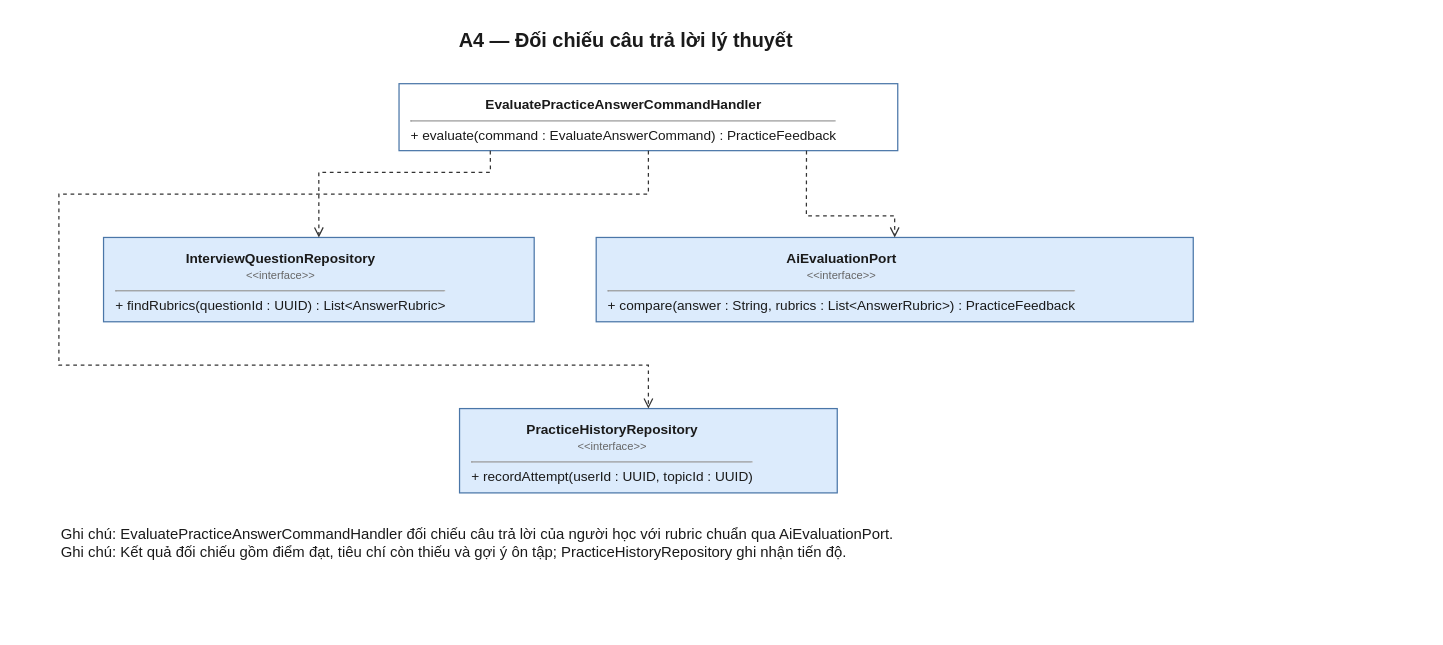
The draw.io diagram 08-diagram/class/system/class_a4_interview_feedback.drawio in daiphu1801/PRJ_ALGOPREP, before the edit. Source tidied: cells renumbered, new cells numbered last; positions are measured from the earlier drawing's top-left corner, leaving out a move shared by most shapes. Both pictures are drawn from the tidied source at 124%, with x=0, y=0 at pixel (21, 21).
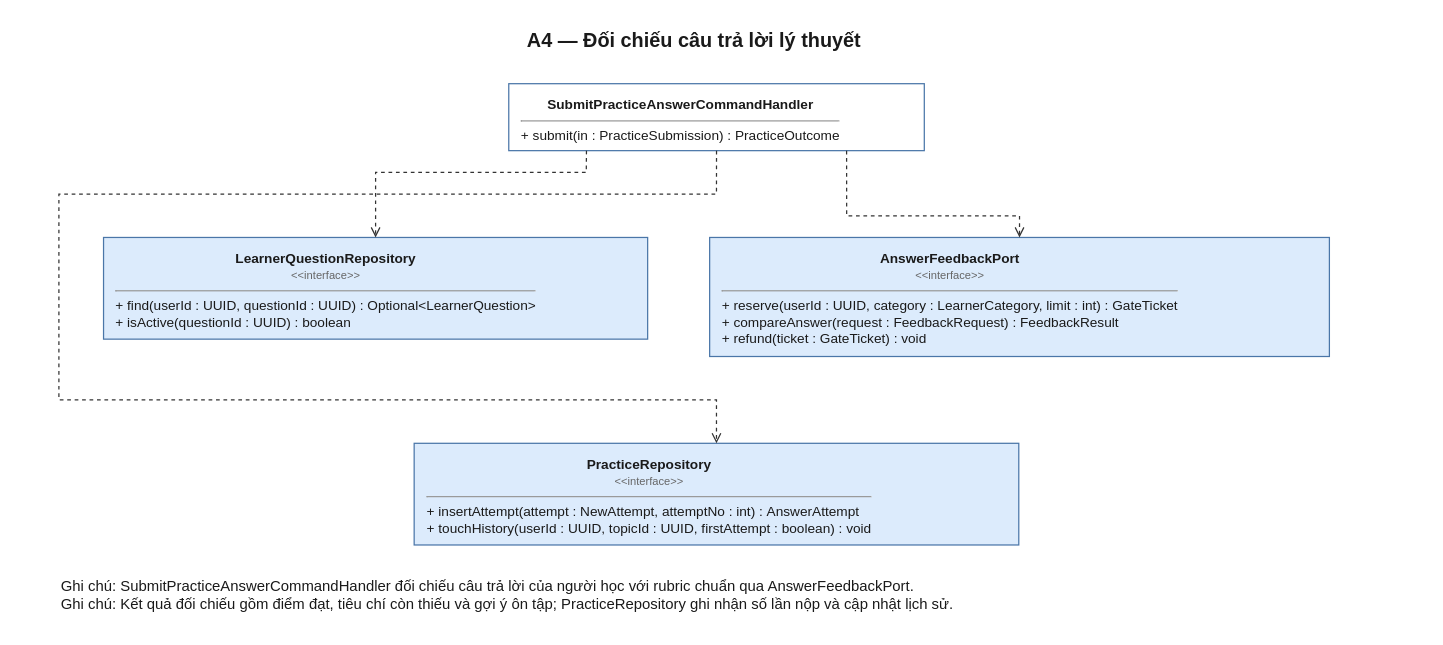
The same page after the edit.

The edit, as a diff of the source:
```diff
@@
 <mxGraphModel>
   <root>
     <mxCell id="0" />
     <mxCell id="1" parent="0" />
-    <mxCell id="2" value="&lt;div style=&quot;text-align:center&quot;&gt;&lt;b&gt;EvaluatePracticeAnswerCommandHandler&lt;/b&gt;&lt;/div&gt;&lt;hr size=&quot;1&quot;/&gt;+&amp;nbsp;evaluate(command&amp;nbsp;:&amp;nbsp;EvaluateAnswerCommand)&amp;nbsp;:&amp;nbsp;PracticeFeedback" style="algoprep=class;rounded=0;whiteSpace=nowrap;html=1;align=left;verticalAlign=top;spacingLeft=8;spacingTop=4;spacingRight=8;fontSize=11;fontFamily=Helvetica;fillColor=#FFFFFF;strokeColor=#4A76A8;fontColor=#1A1A1A;" parent="1" vertex="1">
-      <mxGeometry x="304.3" y="50" width="402.2" height="54" as="geometry" />
-    </mxCell>
+    <mxCell id="11" value="&lt;div style=&quot;text-align:center&quot;&gt;&lt;b&gt;SubmitPracticeAnswerCommandHandler&lt;/b&gt;&lt;/div&gt;&lt;hr size=&quot;1&quot;/&gt;+&amp;nbsp;submit(in&amp;nbsp;:&amp;nbsp;PracticeSubmission)&amp;nbsp;:&amp;nbsp;PracticeOutcome" style="algoprep=class;rounded=0;whiteSpace=nowrap;html=1;align=left;verticalAlign=top;spacingLeft=8;spacingTop=4;spacingRight=8;fontSize=11;fontFamily=Helvetica;fillColor=#FFFFFF;strokeColor=#4A76A8;fontColor=#1A1A1A;" parent="1" vertex="1">
+      <mxGeometry x="392.8" y="50" width="335.1" height="54" as="geometry" />
+    </mxCell>
-    <mxCell id="3" value="&lt;div style=&quot;text-align:center&quot;&gt;&lt;b&gt;InterviewQuestionRepository&lt;/b&gt;&lt;br&gt;&lt;font style=&quot;font-size:9px&quot; color=&quot;#666666&quot;&gt;&amp;lt;&amp;lt;interface&amp;gt;&amp;gt;&lt;/font&gt;&lt;/div&gt;&lt;hr size=&quot;1&quot;/&gt;+&amp;nbsp;findRubrics(questionId&amp;nbsp;:&amp;nbsp;UUID)&amp;nbsp;:&amp;nbsp;List&amp;lt;AnswerRubric&amp;gt;" style="algoprep=class;rounded=0;whiteSpace=nowrap;html=1;align=left;verticalAlign=top;spacingLeft=8;spacingTop=4;spacingRight=8;fontSize=11;fontFamily=Helvetica;fillColor=#DCEBFC;strokeColor=#4A76A8;fontColor=#1A1A1A;" parent="1" vertex="1">
-      <mxGeometry x="66" y="174" width="347.3" height="68" as="geometry" />
+    <mxCell id="3" value="&lt;div style=&quot;text-align:center&quot;&gt;&lt;b&gt;LearnerQuestionRepository&lt;/b&gt;&lt;br&gt;&lt;font style=&quot;font-size:9px&quot; color=&quot;#666666&quot;&gt;&amp;lt;&amp;lt;interface&amp;gt;&amp;gt;&lt;/font&gt;&lt;/div&gt;&lt;hr size=&quot;1&quot;/&gt;+&amp;nbsp;find(userId&amp;nbsp;:&amp;nbsp;UUID,&amp;nbsp;questionId&amp;nbsp;:&amp;nbsp;UUID)&amp;nbsp;:&amp;nbsp;Optional&amp;lt;LearnerQuestion&amp;gt;&lt;br&gt;+&amp;nbsp;isActive(questionId&amp;nbsp;:&amp;nbsp;UUID)&amp;nbsp;:&amp;nbsp;boolean" style="algoprep=class;rounded=0;whiteSpace=nowrap;html=1;align=left;verticalAlign=top;spacingLeft=8;spacingTop=4;spacingRight=8;fontSize=11;fontFamily=Helvetica;fillColor=#DCEBFC;strokeColor=#4A76A8;fontColor=#1A1A1A;" parent="1" vertex="1">
+      <mxGeometry x="66" y="174" width="438.8" height="82" as="geometry" />
     </mxCell>
-    <mxCell id="4" value="&lt;div style=&quot;text-align:center&quot;&gt;&lt;b&gt;AiEvaluationPort&lt;/b&gt;&lt;br&gt;&lt;font style=&quot;font-size:9px&quot; color=&quot;#666666&quot;&gt;&amp;lt;&amp;lt;interface&amp;gt;&amp;gt;&lt;/font&gt;&lt;/div&gt;&lt;hr size=&quot;1&quot;/&gt;+&amp;nbsp;compare(answer&amp;nbsp;:&amp;nbsp;String,&amp;nbsp;rubrics&amp;nbsp;:&amp;nbsp;List&amp;lt;AnswerRubric&amp;gt;)&amp;nbsp;:&amp;nbsp;PracticeFeedback" style="algoprep=class;rounded=0;whiteSpace=nowrap;html=1;align=left;verticalAlign=top;spacingLeft=8;spacingTop=4;spacingRight=8;fontSize=11;fontFamily=Helvetica;fillColor=#DCEBFC;strokeColor=#4A76A8;fontColor=#1A1A1A;" parent="1" vertex="1">
-      <mxGeometry x="463.3" y="174" width="481.5" height="68" as="geometry" />
-    </mxCell>
-    <mxCell id="5" value="&lt;div style=&quot;text-align:center&quot;&gt;&lt;b&gt;PracticeHistoryRepository&lt;/b&gt;&lt;br&gt;&lt;font style=&quot;font-size:9px&quot; color=&quot;#666666&quot;&gt;&amp;lt;&amp;lt;interface&amp;gt;&amp;gt;&lt;/font&gt;&lt;/div&gt;&lt;hr size=&quot;1&quot;/&gt;+&amp;nbsp;recordAttempt(userId&amp;nbsp;:&amp;nbsp;UUID,&amp;nbsp;topicId&amp;nbsp;:&amp;nbsp;UUID)" style="algoprep=class;rounded=0;whiteSpace=nowrap;html=1;align=left;verticalAlign=top;spacingLeft=8;spacingTop=4;spacingRight=8;fontSize=11;fontFamily=Helvetica;fillColor=#DCEBFC;strokeColor=#4A76A8;fontColor=#1A1A1A;" parent="1" vertex="1">
-      <mxGeometry x="353.1" y="312" width="304.6" height="68" as="geometry" />
-    </mxCell>
+    <mxCell id="12" value="&lt;div style=&quot;text-align:center&quot;&gt;&lt;b&gt;AnswerFeedbackPort&lt;/b&gt;&lt;br&gt;&lt;font style=&quot;font-size:9px&quot; color=&quot;#666666&quot;&gt;&amp;lt;&amp;lt;interface&amp;gt;&amp;gt;&lt;/font&gt;&lt;/div&gt;&lt;hr size=&quot;1&quot;/&gt;+&amp;nbsp;reserve(userId&amp;nbsp;:&amp;nbsp;UUID,&amp;nbsp;category&amp;nbsp;:&amp;nbsp;LearnerCategory,&amp;nbsp;limit&amp;nbsp;:&amp;nbsp;int)&amp;nbsp;:&amp;nbsp;GateTicket&lt;br&gt;+&amp;nbsp;compareAnswer(request&amp;nbsp;:&amp;nbsp;FeedbackRequest)&amp;nbsp;:&amp;nbsp;FeedbackResult&lt;br&gt;+&amp;nbsp;refund(ticket&amp;nbsp;:&amp;nbsp;GateTicket)&amp;nbsp;:&amp;nbsp;void" style="algoprep=class;rounded=0;whiteSpace=nowrap;html=1;align=left;verticalAlign=top;spacingLeft=8;spacingTop=4;spacingRight=8;fontSize=11;fontFamily=Helvetica;fillColor=#DCEBFC;strokeColor=#4A76A8;fontColor=#1A1A1A;" parent="1" vertex="1">
+      <mxGeometry x="554.8" y="174" width="499.8" height="96" as="geometry" />
+    </mxCell>
+    <mxCell id="13" value="&lt;div style=&quot;text-align:center&quot;&gt;&lt;b&gt;PracticeRepository&lt;/b&gt;&lt;br&gt;&lt;font style=&quot;font-size:9px&quot; color=&quot;#666666&quot;&gt;&amp;lt;&amp;lt;interface&amp;gt;&amp;gt;&lt;/font&gt;&lt;/div&gt;&lt;hr size=&quot;1&quot;/&gt;+&amp;nbsp;insertAttempt(attempt&amp;nbsp;:&amp;nbsp;NewAttempt,&amp;nbsp;attemptNo&amp;nbsp;:&amp;nbsp;int)&amp;nbsp;:&amp;nbsp;AnswerAttempt&lt;br&gt;+&amp;nbsp;touchHistory(userId&amp;nbsp;:&amp;nbsp;UUID,&amp;nbsp;topicId&amp;nbsp;:&amp;nbsp;UUID,&amp;nbsp;firstAttempt&amp;nbsp;:&amp;nbsp;boolean)&amp;nbsp;:&amp;nbsp;void" style="algoprep=class;rounded=0;whiteSpace=nowrap;html=1;align=left;verticalAlign=top;spacingLeft=8;spacingTop=4;spacingRight=8;fontSize=11;fontFamily=Helvetica;fillColor=#DCEBFC;strokeColor=#4A76A8;fontColor=#1A1A1A;" parent="1" vertex="1">
+      <mxGeometry x="316.5" y="340" width="487.6" height="82" as="geometry" />
+    </mxCell>
-    <mxCell id="6" style="html=1;rounded=0;jettySize=auto;fontSize=10;strokeColor=#333333;fontColor=#1A1A1A;labelBackgroundColor=#FFFFFF;exitX=0.183;exitY=1;exitDx=0;exitDy=0;exitPerimeter=0;entryX=0.500;entryY=0;entryDx=0;entryDy=0;entryPerimeter=0;dashed=1;startArrow=none;endArrow=open;endFill=0;" parent="1" edge="1" source="2" target="3">
+    <mxCell id="6" style="html=1;rounded=0;jettySize=auto;fontSize=10;strokeColor=#333333;fontColor=#1A1A1A;labelBackgroundColor=#FFFFFF;exitX=0.187;exitY=1;exitDx=0;exitDy=0;exitPerimeter=0;entryX=0.500;entryY=0;entryDx=0;entryDy=0;entryPerimeter=0;dashed=1;startArrow=none;endArrow=open;endFill=0;" parent="1" edge="1" source="11" target="3">
       <mxGeometry relative="1" as="geometry">
         <Array as="points">
-          <mxPoint x="378" y="121.5" />
-          <mxPoint x="239.6" y="121.5" />
+          <mxPoint x="455.3" y="121.5" />
+          <mxPoint x="285.4" y="121.5" />
         </Array>
       </mxGeometry>
     </mxCell>
-    <mxCell id="7" style="html=1;rounded=0;jettySize=auto;fontSize=10;strokeColor=#333333;fontColor=#1A1A1A;labelBackgroundColor=#FFFFFF;exitX=0.817;exitY=1;exitDx=0;exitDy=0;exitPerimeter=0;entryX=0.500;entryY=0;entryDx=0;entryDy=0;entryPerimeter=0;dashed=1;startArrow=none;endArrow=open;endFill=0;" parent="1" edge="1" source="2" target="4">
+    <mxCell id="7" style="html=1;rounded=0;jettySize=auto;fontSize=10;strokeColor=#333333;fontColor=#1A1A1A;labelBackgroundColor=#FFFFFF;exitX=0.813;exitY=1;exitDx=0;exitDy=0;exitPerimeter=0;entryX=0.500;entryY=0;entryDx=0;entryDy=0;entryPerimeter=0;dashed=1;startArrow=none;endArrow=open;endFill=0;" parent="1" edge="1" source="11" target="12">
       <mxGeometry relative="1" as="geometry">
         <Array as="points">
-          <mxPoint x="632.8" y="156.5" />
-          <mxPoint x="704" y="156.5" />
+          <mxPoint x="665.3" y="156.5" />
+          <mxPoint x="804.7" y="156.5" />
         </Array>
       </mxGeometry>
     </mxCell>
-    <mxCell id="8" style="html=1;rounded=0;jettySize=auto;fontSize=10;strokeColor=#333333;fontColor=#1A1A1A;labelBackgroundColor=#FFFFFF;exitX=0.500;exitY=1;exitDx=0;exitDy=0;exitPerimeter=0;entryX=0.500;entryY=0;entryDx=0;entryDy=0;entryPerimeter=0;dashed=1;startArrow=none;endArrow=open;endFill=0;" parent="1" edge="1" source="2" target="5">
+    <mxCell id="8" style="html=1;rounded=0;jettySize=auto;fontSize=10;strokeColor=#333333;fontColor=#1A1A1A;labelBackgroundColor=#FFFFFF;exitX=0.500;exitY=1;exitDx=0;exitDy=0;exitPerimeter=0;entryX=0.500;entryY=0;entryDx=0;entryDy=0;entryPerimeter=0;dashed=1;startArrow=none;endArrow=open;endFill=0;" parent="1" edge="1" source="11" target="13">
       <mxGeometry relative="1" as="geometry">
         <Array as="points">
-          <mxPoint x="505.4" y="139" />
+          <mxPoint x="560.3" y="139" />
           <mxPoint x="30" y="139" />
-          <mxPoint x="30" y="277" />
-          <mxPoint x="505.4" y="277" />
+          <mxPoint x="30" y="305" />
+          <mxPoint x="560.3" y="305" />
         </Array>
       </mxGeometry>
     </mxCell>
     <mxCell id="9" value="A4 — Đối chiếu câu trả lời lý thuyết" style="text;html=1;fontSize=16;fontStyle=1;align=center;verticalAlign=middle;fontColor=#1A1A1A;" parent="1" vertex="1">
-      <mxGeometry width="974.8" height="30" as="geometry" />
+      <mxGeometry width="1084.6" height="30" as="geometry" />
     </mxCell>
-    <mxCell id="10" value="Ghi chú: EvaluatePracticeAnswerCommandHandler đối chiếu câu trả lời của người học với rubric chuẩn qua AiEvaluationPort.&lt;br&gt;Ghi chú: Kết quả đối chiếu gồm điểm đạt, tiêu chí còn thiếu và gợi ý ôn tập; PracticeHistoryRepository ghi nhận tiến độ." style="text;html=1;align=left;verticalAlign=top;fontSize=12;fontColor=#1A1A1A;" parent="1" vertex="1">
-      <mxGeometry x="30" y="400" width="1100" height="44" as="geometry" />
+    <mxCell id="10" value="Ghi chú: SubmitPracticeAnswerCommandHandler đối chiếu câu trả lời của người học với rubric chuẩn qua AnswerFeedbackPort.&lt;br&gt;Ghi chú: Kết quả đối chiếu gồm điểm đạt, tiêu chí còn thiếu và gợi ý ôn tập; PracticeRepository ghi nhận số lần nộp và cập nhật lịch sử." style="text;html=1;align=left;verticalAlign=top;fontSize=12;fontColor=#1A1A1A;" parent="1" vertex="1">
+      <mxGeometry x="30" y="442" width="1100" height="44" as="geometry" />
     </mxCell>
   </root>
 </mxGraphModel>
```
